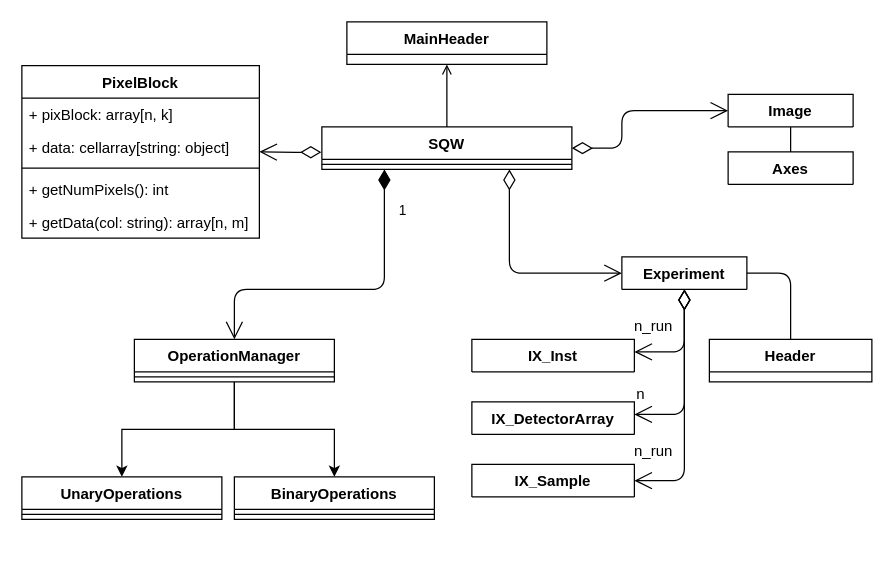
Before: page "SQW" (1 of 3) of documentation/diagrams/sqw-dnd.drawio in pace-neutrons/Horace, a draw.io diagram. Source tidied: cells renumbered, new cells numbered last; positions are measured from the earlier drawing's top-left corner, leaving out a move shared by most shapes. Both pictures are drawn from the tidied source at 125%, with x=0, y=0 at pixel (21, 21).
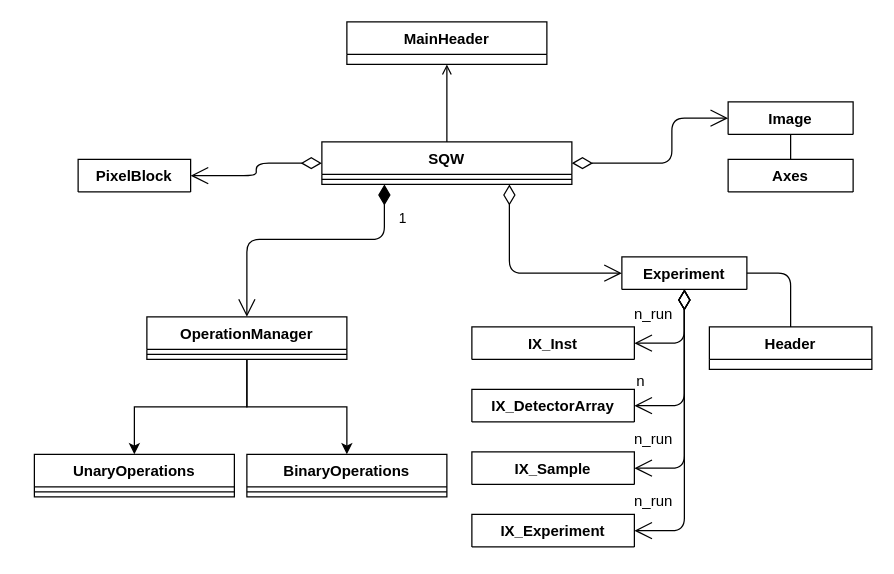
After the change.

Unchanged cells that the change refers to:
```xml
<mxCell id="2" value="Experiment" style="swimlane;fontStyle=1;align=center;verticalAlign=top;horizontal=1;startSize=26;" parent="1" vertex="1" collapsed="1">
  <mxGeometry x="480" y="188" width="100" height="26" as="geometry" />
</mxCell>
```

Diff of the diagram source:
```diff
@@
     <mxCell id="3" value="IX_Inst" style="swimlane;fontStyle=1;align=center;verticalAlign=top;horizontal=1;startSize=26;" parent="1" vertex="1" collapsed="1">
-      <mxGeometry x="360" y="254" width="130" height="26" as="geometry" />
+      <mxGeometry x="360" y="244" width="130" height="26" as="geometry" />
     </mxCell>
@@
     <mxCell id="5" value="SQW" style="swimlane;fontStyle=1;align=center;verticalAlign=top;horizontal=1;startSize=26;" parent="1" vertex="1">
-      <mxGeometry x="240" y="84" width="200" height="34" as="geometry" />
+      <mxGeometry x="240" y="96" width="200" height="34" as="geometry" />
     </mxCell>
@@
-    <mxCell id="7" style="endArrow=open;html=1;endSize=12;startArrow=diamondThin;startSize=14;startFill=0;edgeStyle=orthogonalEdgeStyle;align=left;verticalAlign=bottom;endFill=0;" parent="1" edge="1" source="2" target="29">
+    <mxCell id="7" style="endArrow=open;html=1;endSize=12;startArrow=diamondThin;startSize=14;startFill=0;edgeStyle=orthogonalEdgeStyle;align=left;verticalAlign=bottom;endFill=0;entryX=1;entryY=0.5;entryDx=0;entryDy=0;" parent="1" edge="1" source="2" target="29">
       <mxGeometry x="-1" y="3" relative="1" as="geometry">
         <Array as="points">
-          <mxPoint x="530" y="314" />
+          <mxPoint x="530" y="307" />
         </Array>
       </mxGeometry>
     </mxCell>
@@
-    <mxCell id="9" style="endArrow=open;html=1;endSize=12;startArrow=diamondThin;startSize=14;startFill=0;edgeStyle=orthogonalEdgeStyle;align=left;verticalAlign=bottom;exitX=-0.002;exitY=0.598;exitDx=0;exitDy=0;exitPerimeter=0;" parent="1" edge="1" source="5" target="22">
+    <mxCell id="9" style="endArrow=open;html=1;endSize=12;startArrow=diamondThin;startSize=14;startFill=0;edgeStyle=orthogonalEdgeStyle;align=left;verticalAlign=bottom;exitX=0;exitY=0.5;exitDx=0;exitDy=0;" parent="1" edge="1" source="5" target="22">
       <mxGeometry x="-1" y="3" relative="1" as="geometry" />
     </mxCell>
     <mxCell id="10" value="Image" style="swimlane;fontStyle=1;align=center;verticalAlign=top;horizontal=1;startSize=26;" parent="1" vertex="1" collapsed="1">
-      <mxGeometry x="565" y="58" width="100" height="26" as="geometry" />
+      <mxGeometry x="565" y="64" width="100" height="26" as="geometry" />
     </mxCell>
     <mxCell id="11" value="Axes" style="swimlane;fontStyle=1;align=center;verticalAlign=top;horizontal=1;startSize=26;" parent="1" vertex="1" collapsed="1">
-      <mxGeometry x="565" y="104" width="100" height="26" as="geometry" />
+      <mxGeometry x="565" y="110" width="100" height="26" as="geometry" />
     </mxCell>
     <mxCell id="12" style="endArrow=open;html=1;endSize=12;startArrow=diamondThin;startSize=14;startFill=0;edgeStyle=orthogonalEdgeStyle;align=left;verticalAlign=bottom;exitX=1;exitY=0.5;exitDx=0;exitDy=0;entryX=0;entryY=0.5;entryDx=0;entryDy=0;" parent="1" edge="1" source="5" target="10">
       <mxGeometry x="-1" y="3" relative="1" as="geometry">
         <Array as="points">
-          <mxPoint x="480" y="101" />
-          <mxPoint x="480" y="71" />
+          <mxPoint x="520" y="113" />
+          <mxPoint x="520" y="77" />
         </Array>
       </mxGeometry>
     </mxCell>
@@
     <mxCell id="14" value="OperationManager" style="swimlane;fontStyle=1;align=center;verticalAlign=top;horizontal=1;startSize=26;" parent="1" vertex="1">
-      <mxGeometry x="90" y="254" width="160" height="34" as="geometry" />
+      <mxGeometry x="100" y="236" width="160" height="34" as="geometry" />
     </mxCell>
@@
     <mxCell id="16" value="BinaryOperations" style="swimlane;fontStyle=1;align=center;verticalAlign=top;horizontal=1;startSize=26;" parent="1" vertex="1">
-      <mxGeometry x="170" y="364" width="160" height="34" as="geometry" />
+      <mxGeometry x="180" y="346" width="160" height="34" as="geometry" />
     </mxCell>
@@
     <mxCell id="18" value="1" style="endArrow=open;html=1;endSize=12;startArrow=diamondThin;startSize=14;startFill=1;edgeStyle=orthogonalEdgeStyle;align=left;verticalAlign=bottom;entryX=0.5;entryY=0;entryDx=0;entryDy=0;exitX=0.25;exitY=1;exitDx=0;exitDy=0;" parent="1" edge="1" source="5" target="14">
       <mxGeometry x="-0.67" y="10" relative="1" as="geometry">
         <Array as="points">
-          <mxPoint x="290" y="214" />
-          <mxPoint x="170" y="214" />
+          <mxPoint x="290" y="174" />
+          <mxPoint x="180" y="174" />
         </Array>
       </mxGeometry>
     </mxCell>
     <mxCell id="19" value="UnaryOperations" style="swimlane;fontStyle=1;align=center;verticalAlign=top;horizontal=1;startSize=26;" parent="1" vertex="1">
-      <mxGeometry y="364" width="160" height="34" as="geometry" />
+      <mxGeometry x="10" y="346" width="160" height="34" as="geometry" />
     </mxCell>
@@
-    <mxCell id="22" value="PixelBlock" style="swimlane;fontStyle=1;align=center;verticalAlign=top;horizontal=1;startSize=26;" parent="1" vertex="1">
-      <mxGeometry y="35" width="190" height="138" as="geometry" />
+    <mxCell id="22" value="PixelBlock" style="swimlane;fontStyle=1;align=center;verticalAlign=top;horizontal=1;startSize=26;" parent="1" vertex="1" collapsed="1">
+      <mxGeometry x="45" y="110" width="90" height="26" as="geometry" />
     </mxCell>
-    <mxCell id="23" value="+ pixBlock: array[n, k]" style="text;strokeColor=none;fillColor=none;align=left;verticalAlign=top;spacingLeft=4;spacingRight=4;overflow=hidden;" parent="22" vertex="1">
-      <mxGeometry y="26" width="190" height="26" as="geometry" />
-    </mxCell>
-    <mxCell id="24" value="+ data: cellarray[string: object]" style="text;strokeColor=none;fillColor=none;align=left;verticalAlign=top;spacingLeft=4;spacingRight=4;overflow=hidden;" parent="22" vertex="1">
-      <mxGeometry y="52" width="190" height="26" as="geometry" />
-    </mxCell>
-    <mxCell id="25" style="line;strokeWidth=1;fillColor=none;align=left;verticalAlign=middle;spacingTop=-1;spacingLeft=3;spacingRight=3;labelPosition=right;" parent="22" vertex="1">
-      <mxGeometry y="78" width="190" height="8" as="geometry" />
-    </mxCell>
-    <mxCell id="26" value="+ getNumPixels(): int" style="text;strokeColor=none;fillColor=none;align=left;verticalAlign=top;spacingLeft=4;spacingRight=4;overflow=hidden;" parent="22" vertex="1">
-      <mxGeometry y="86" width="190" height="26" as="geometry" />
-    </mxCell>
-    <mxCell id="27" value="+ getData(col: string): array[n, m]" style="text;strokeColor=none;fillColor=none;align=left;verticalAlign=top;spacingLeft=4;spacingRight=4;overflow=hidden;" parent="22" vertex="1">
-      <mxGeometry y="112" width="190" height="26" as="geometry" />
-    </mxCell>
@@
     <mxCell id="29" value="IX_DetectorArray" style="swimlane;fontStyle=1;align=center;verticalAlign=top;horizontal=1;startSize=26;" parent="1" vertex="1" collapsed="1">
-      <mxGeometry x="360" y="304" width="130" height="26" as="geometry" />
+      <mxGeometry x="360" y="294" width="130" height="26" as="geometry" />
     </mxCell>
-    <mxCell id="30" style="endArrow=open;html=1;endSize=12;startArrow=diamondThin;startSize=14;startFill=0;edgeStyle=orthogonalEdgeStyle;align=left;verticalAlign=bottom;" parent="1" edge="1" source="2" target="3">
+    <mxCell id="30" style="endArrow=open;html=1;endSize=12;startArrow=diamondThin;startSize=14;startFill=0;edgeStyle=orthogonalEdgeStyle;align=left;verticalAlign=bottom;entryX=1;entryY=0.5;entryDx=0;entryDy=0;" parent="1" edge="1" source="2" target="3">
       <mxGeometry x="-1" y="3" relative="1" as="geometry">
         <Array as="points">
-          <mxPoint x="530" y="264" />
+          <mxPoint x="530" y="257" />
         </Array>
       </mxGeometry>
     </mxCell>
     <mxCell id="31" value="IX_Sample" style="swimlane;fontStyle=1;align=center;verticalAlign=top;horizontal=1;startSize=26;" parent="1" vertex="1" collapsed="1">
-      <mxGeometry x="360" y="354" width="130" height="26" as="geometry" />
+      <mxGeometry x="360" y="344" width="130" height="26" as="geometry" />
     </mxCell>
     <mxCell id="32" value="n_run" style="text;html=1;align=center;verticalAlign=middle;" parent="1" vertex="1">
-      <mxGeometry x="480" y="334" width="50" height="20" as="geometry" />
+      <mxGeometry x="480" y="324" width="50" height="20" as="geometry" />
     </mxCell>
     <mxCell id="33" value="n_run" style="text;html=1;align=center;verticalAlign=middle;" parent="1" vertex="1">
-      <mxGeometry x="480" y="234" width="50" height="20" as="geometry" />
+      <mxGeometry x="480" y="224" width="50" height="20" as="geometry" />
     </mxCell>
     <mxCell id="34" value="n" style="text;html=1;" parent="1" vertex="1">
-      <mxGeometry x="490" y="284" width="60" height="26" as="geometry" />
+      <mxGeometry x="490" y="274" width="60" height="26" as="geometry" />
     </mxCell>
     <mxCell id="35" value="Header" style="swimlane;fontStyle=1;align=center;verticalAlign=top;horizontal=1;startSize=26;" parent="1" vertex="1">
-      <mxGeometry x="550" y="254" width="130" height="34" as="geometry" />
+      <mxGeometry x="550" y="244" width="130" height="34" as="geometry" />
     </mxCell>
@@
     <mxCell id="37" style="endArrow=open;html=1;endSize=12;startArrow=diamondThin;startSize=14;startFill=0;edgeStyle=orthogonalEdgeStyle;align=left;verticalAlign=bottom;entryX=1;entryY=0.5;entryDx=0;entryDy=0;" parent="1" edge="1" source="2" target="31">
       <mxGeometry x="-1" y="3" relative="1" as="geometry">
         <Array as="points">
-          <mxPoint x="530" y="367" />
+          <mxPoint x="530" y="357" />
         </Array>
       </mxGeometry>
     </mxCell>
@@
+    <mxCell id="39" value="IX_Experiment" style="swimlane;fontStyle=1;align=center;verticalAlign=top;horizontal=1;startSize=26;" parent="1" vertex="1" collapsed="1">
+      <mxGeometry x="360" y="394" width="130" height="26" as="geometry" />
+    </mxCell>
+    <mxCell id="40" style="endArrow=open;html=1;endSize=12;startArrow=diamondThin;startSize=14;startFill=0;edgeStyle=orthogonalEdgeStyle;align=left;verticalAlign=bottom;entryX=1;entryY=0.5;entryDx=0;entryDy=0;" parent="1" edge="1" target="39">
+      <mxGeometry x="-1" y="3" relative="1" as="geometry">
+        <mxPoint x="530" y="214" as="sourcePoint" />
+        <Array as="points">
+          <mxPoint x="530" y="407" />
+        </Array>
+      </mxGeometry>
+    </mxCell>
+    <mxCell id="41" value="n_run" style="text;html=1;align=center;verticalAlign=middle;" parent="1" vertex="1">
+      <mxGeometry x="480" y="374" width="50" height="20" as="geometry" />
+    </mxCell>
```
